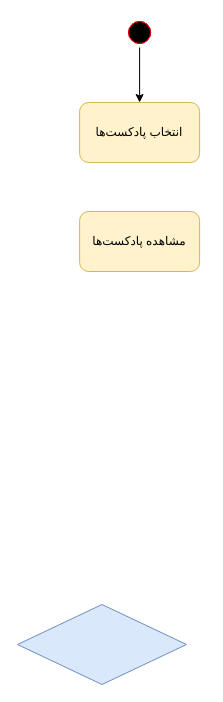
This is page "مشاهده‌ پادکست‌ها" (1 of 19) of ActivityDiagram.drawio from Matinrezaei/Software-Lab, a draw.io file, before an edit. Source tidied: cells renumbered, new cells numbered last; positions are measured from the earlier drawing's top-left corner, leaving out a move shared by most shapes. Both pictures are drawn from the tidied source at 100%, with x=0, y=0 at pixel (17, 17).
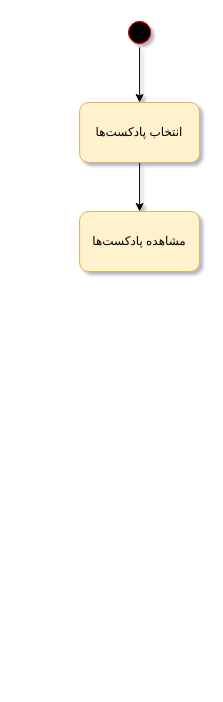
After the change.

The edit, as a diff of the source:
```diff
@@
-<mxGraphModel>
+<mxGraphModel background="#ffffff" shadow="1">
   <root>
     <mxCell id="0" />
     <mxCell id="1" parent="0" />
     <mxCell id="2" style="ellipse;html=1;shape=startState;fillColor=#000000;strokeColor=#ff0000;" parent="1" vertex="1">
       <mxGeometry x="107.1" width="30" height="30" as="geometry" />
     </mxCell>
     <mxCell id="3" style="edgeStyle=orthogonalEdgeStyle;rounded=0;jettySize=auto;html=1;entryX=0.5;entryY=0;entryDx=0;entryDy=0;" parent="1" edge="1" source="4" target="5">
       <mxGeometry relative="1" as="geometry" />
     </mxCell>
     <mxCell id="4" style="ellipse;html=1;shape=startState;fillColor=#000000;strokeColor=#ff0000;" parent="1" vertex="1">
       <mxGeometry x="107.1" width="30" height="30" as="geometry" />
     </mxCell>
+    <mxCell id="8" style="edgeStyle=orthogonalEdgeStyle;rounded=0;jettySize=auto;html=1;entryX=0.5;entryY=0;entryDx=0;entryDy=0;" parent="1" edge="1" source="5" target="7">
+      <mxGeometry relative="1" as="geometry" />
+    </mxCell>
     <mxCell id="5" value="انتخاب پادکست‌ها" style="rounded=1;whiteSpace=wrap;html=1;fillColor=#fff2cc;strokeColor=#d6b656;" parent="1" vertex="1">
       <mxGeometry x="62.1" y="85" width="120" height="60" as="geometry" />
     </mxCell>
-    <mxCell id="6" style="rhombus;whiteSpace=wrap;html=1;fillColor=#dae8fc;strokeColor=#6c8ebf;" parent="1" vertex="1">
-      <mxGeometry y="587" width="169" height="80" as="geometry" />
-    </mxCell>
     <mxCell id="7" value="مشاهده پادکست‌ها" style="rounded=1;whiteSpace=wrap;html=1;fillColor=#fff2cc;strokeColor=#d6b656;" parent="1" vertex="1">
       <mxGeometry x="62.1" y="194" width="120" height="60" as="geometry" />
     </mxCell>
   </root>
 </mxGraphModel>
```
